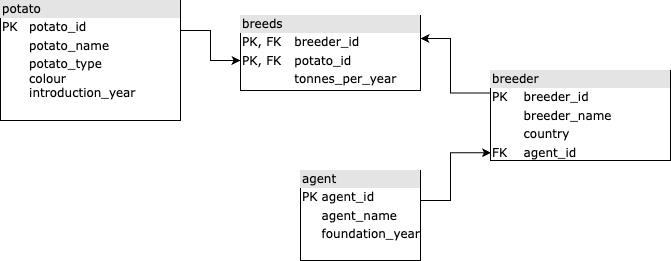
This is week2/t2_q2.png from tufferyq/db100, a draw.io export, as it was before one commit. Source tidied: cells renumbered, new cells last; positions are measured from the earlier drawing's top-left corner, leaving out a move shared by most shapes.
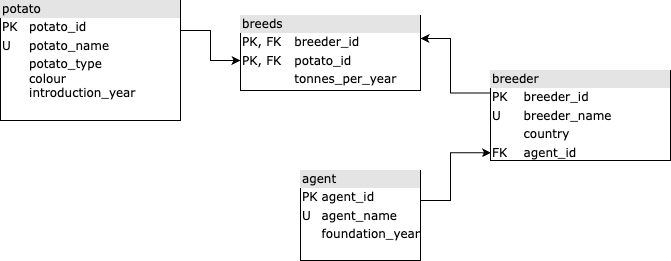
After the change.

Change to the diagram source:
```diff
@@ -10,7 +10,7 @@
         </Array>
       </mxGeometry>
     </mxCell>
-    <mxCell id="3" value="&lt;div style=&quot;box-sizing:border-box;width:100%;background:#e4e4e4;padding:2px;&quot;&gt;potato&lt;/div&gt;&lt;table style=&quot;width:100%;font-size:1em;&quot; cellpadding=&quot;2&quot; cellspacing=&quot;0&quot;&gt;&lt;tbody&gt;&lt;tr&gt;&lt;td&gt;PK&lt;/td&gt;&lt;td&gt;potato_id&lt;br&gt;&lt;/td&gt;&lt;/tr&gt;&lt;tr&gt;&lt;td&gt;&lt;br&gt;&lt;/td&gt;&lt;td&gt;potato_name&lt;/td&gt;&lt;/tr&gt;&lt;tr&gt;&lt;td&gt;&lt;/td&gt;&lt;td&gt;potato_type&lt;br&gt;colour&lt;br&gt;introduction_year&lt;/td&gt;&lt;/tr&gt;&lt;/tbody&gt;&lt;/table&gt;" style="verticalAlign=top;align=left;overflow=fill;html=1;rounded=0;shadow=0;comic=0;labelBackgroundColor=none;strokeWidth=1;fontFamily=Verdana;fontSize=12;" parent="1" vertex="1">
+    <mxCell id="3" value="&lt;div style=&quot;box-sizing:border-box;width:100%;background:#e4e4e4;padding:2px;&quot;&gt;potato&lt;/div&gt;&lt;table style=&quot;width:100%;font-size:1em;&quot; cellpadding=&quot;2&quot; cellspacing=&quot;0&quot;&gt;&lt;tbody&gt;&lt;tr&gt;&lt;td&gt;PK&lt;/td&gt;&lt;td&gt;potato_id&lt;br&gt;&lt;/td&gt;&lt;/tr&gt;&lt;tr&gt;&lt;td&gt;U&lt;/td&gt;&lt;td&gt;potato_name&lt;/td&gt;&lt;/tr&gt;&lt;tr&gt;&lt;td&gt;&lt;/td&gt;&lt;td&gt;potato_type&lt;br&gt;colour&lt;br&gt;introduction_year&lt;/td&gt;&lt;/tr&gt;&lt;/tbody&gt;&lt;/table&gt;" style="verticalAlign=top;align=left;overflow=fill;html=1;rounded=0;shadow=0;comic=0;labelBackgroundColor=none;strokeWidth=1;fontFamily=Verdana;fontSize=12;" parent="1" vertex="1">
       <mxGeometry width="180" height="120" as="geometry" />
     </mxCell>
     <mxCell id="4" value="&lt;div style=&quot;box-sizing: border-box ; width: 100% ; background: #e4e4e4 ; padding: 2px&quot;&gt;breeds&lt;/div&gt;&lt;table style=&quot;width: 100% ; font-size: 1em&quot; cellpadding=&quot;2&quot; cellspacing=&quot;0&quot;&gt;&lt;tbody&gt;&lt;tr&gt;&lt;td&gt;PK, FK&lt;/td&gt;&lt;td&gt;breeder_id&lt;/td&gt;&lt;/tr&gt;&lt;tr&gt;&lt;td&gt;PK, FK&lt;/td&gt;&lt;td&gt;potato_id&lt;/td&gt;&lt;/tr&gt;&lt;tr&gt;&lt;td&gt;&lt;/td&gt;&lt;td&gt;tonnes_per_year&lt;/td&gt;&lt;/tr&gt;&lt;tr&gt;&lt;td&gt;&lt;br&gt;&lt;/td&gt;&lt;td&gt;&lt;br&gt;&lt;/td&gt;&lt;/tr&gt;&lt;/tbody&gt;&lt;/table&gt;" style="verticalAlign=top;align=left;overflow=fill;html=1;rounded=0;shadow=0;comic=0;labelBackgroundColor=none;strokeWidth=1;fontFamily=Verdana;fontSize=12;" parent="1" vertex="1">
@@ -25,7 +25,7 @@
         </Array>
       </mxGeometry>
     </mxCell>
-    <mxCell id="6" value="&lt;div style=&quot;box-sizing: border-box ; width: 100% ; background: #e4e4e4 ; padding: 2px&quot;&gt;breeder&lt;/div&gt;&lt;table style=&quot;width: 100% ; font-size: 1em&quot; cellpadding=&quot;2&quot; cellspacing=&quot;0&quot;&gt;&lt;tbody&gt;&lt;tr&gt;&lt;td&gt;PK&lt;/td&gt;&lt;td&gt;breeder_id&lt;/td&gt;&lt;/tr&gt;&lt;tr&gt;&lt;td&gt;&lt;br&gt;&lt;/td&gt;&lt;td&gt;breeder_name&lt;/td&gt;&lt;/tr&gt;&lt;tr&gt;&lt;td&gt;&lt;/td&gt;&lt;td&gt;country&lt;/td&gt;&lt;/tr&gt;&lt;tr&gt;&lt;td&gt;FK&lt;/td&gt;&lt;td&gt;agent_id&lt;br&gt;&lt;/td&gt;&lt;/tr&gt;&lt;/tbody&gt;&lt;/table&gt;" style="verticalAlign=top;align=left;overflow=fill;html=1;rounded=0;shadow=0;comic=0;labelBackgroundColor=none;strokeWidth=1;fontFamily=Verdana;fontSize=12;" parent="1" vertex="1">
+    <mxCell id="6" value="&lt;div style=&quot;box-sizing: border-box ; width: 100% ; background: #e4e4e4 ; padding: 2px&quot;&gt;breeder&lt;/div&gt;&lt;table style=&quot;width: 100% ; font-size: 1em&quot; cellpadding=&quot;2&quot; cellspacing=&quot;0&quot;&gt;&lt;tbody&gt;&lt;tr&gt;&lt;td&gt;PK&lt;/td&gt;&lt;td&gt;breeder_id&lt;/td&gt;&lt;/tr&gt;&lt;tr&gt;&lt;td&gt;U&lt;/td&gt;&lt;td&gt;breeder_name&lt;/td&gt;&lt;/tr&gt;&lt;tr&gt;&lt;td&gt;&lt;/td&gt;&lt;td&gt;country&lt;/td&gt;&lt;/tr&gt;&lt;tr&gt;&lt;td&gt;FK&lt;/td&gt;&lt;td&gt;agent_id&lt;br&gt;&lt;/td&gt;&lt;/tr&gt;&lt;/tbody&gt;&lt;/table&gt;" style="verticalAlign=top;align=left;overflow=fill;html=1;rounded=0;shadow=0;comic=0;labelBackgroundColor=none;strokeWidth=1;fontFamily=Verdana;fontSize=12;" parent="1" vertex="1">
       <mxGeometry x="490" y="70" width="180" height="90" as="geometry" />
     </mxCell>
     <mxCell id="7" style="edgeStyle=orthogonalEdgeStyle;rounded=0;jettySize=auto;html=1;entryX=0.003;entryY=0.914;entryDx=0;entryDy=0;entryPerimeter=0;" parent="1" edge="1" source="8" target="6">
@@ -36,7 +36,7 @@
         </Array>
       </mxGeometry>
     </mxCell>
-    <mxCell id="8" value="&lt;div style=&quot;box-sizing:border-box;width:100%;background:#e4e4e4;padding:2px;&quot;&gt;agent&lt;/div&gt;&lt;table style=&quot;width:100%;font-size:1em;&quot; cellpadding=&quot;2&quot; cellspacing=&quot;0&quot;&gt;&lt;tbody&gt;&lt;tr&gt;&lt;td&gt;PK&lt;/td&gt;&lt;td&gt;agent_id&lt;/td&gt;&lt;/tr&gt;&lt;tr&gt;&lt;td&gt;&lt;br&gt;&lt;/td&gt;&lt;td&gt;agent_name&lt;/td&gt;&lt;/tr&gt;&lt;tr&gt;&lt;td&gt;&lt;/td&gt;&lt;td&gt;foundation_year&lt;/td&gt;&lt;/tr&gt;&lt;/tbody&gt;&lt;/table&gt;" style="verticalAlign=top;align=left;overflow=fill;html=1;rounded=0;shadow=0;comic=0;labelBackgroundColor=none;strokeWidth=1;fontFamily=Verdana;fontSize=12;" parent="1" vertex="1">
+    <mxCell id="8" value="&lt;div style=&quot;box-sizing:border-box;width:100%;background:#e4e4e4;padding:2px;&quot;&gt;agent&lt;/div&gt;&lt;table style=&quot;width:100%;font-size:1em;&quot; cellpadding=&quot;2&quot; cellspacing=&quot;0&quot;&gt;&lt;tbody&gt;&lt;tr&gt;&lt;td&gt;PK&lt;/td&gt;&lt;td&gt;agent_id&lt;/td&gt;&lt;/tr&gt;&lt;tr&gt;&lt;td&gt;U&lt;/td&gt;&lt;td&gt;agent_name&lt;/td&gt;&lt;/tr&gt;&lt;tr&gt;&lt;td&gt;&lt;/td&gt;&lt;td&gt;foundation_year&lt;/td&gt;&lt;/tr&gt;&lt;/tbody&gt;&lt;/table&gt;" style="verticalAlign=top;align=left;overflow=fill;html=1;rounded=0;shadow=0;comic=0;labelBackgroundColor=none;strokeWidth=1;fontFamily=Verdana;fontSize=12;" parent="1" vertex="1">
       <mxGeometry x="300" y="170" width="120" height="90" as="geometry" />
     </mxCell>
   </root>
```
